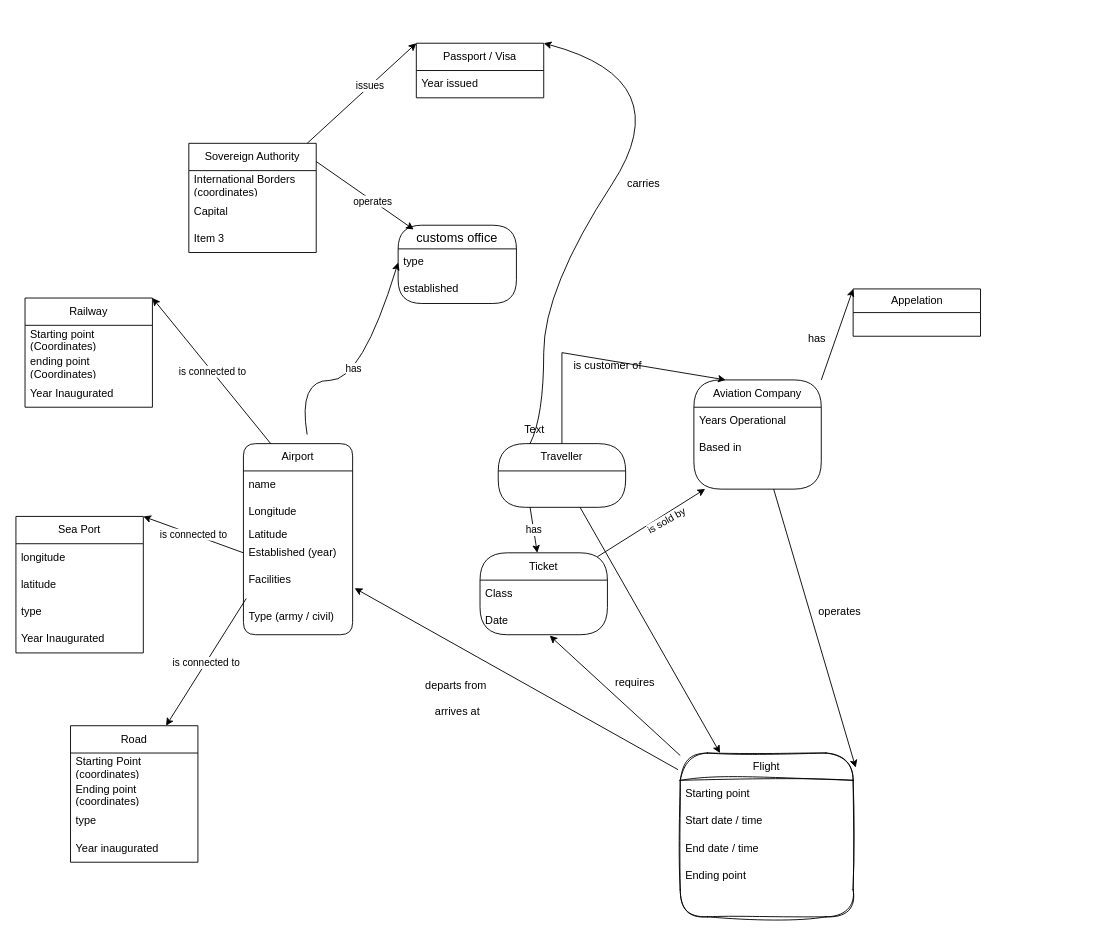
Above: page "Page-1" (1 of 2) of Base de données - model relationnel.drawio in Davidmoha/Air-and-Sea-borders (draw.io), before the change. Source tidied: cells renumbered, new cells numbered last; positions are measured from the earlier drawing's top-left corner, leaving out a move shared by most shapes. Both pictures are drawn from the tidied source at 91%, with x=0, y=0 at pixel (15, 43).
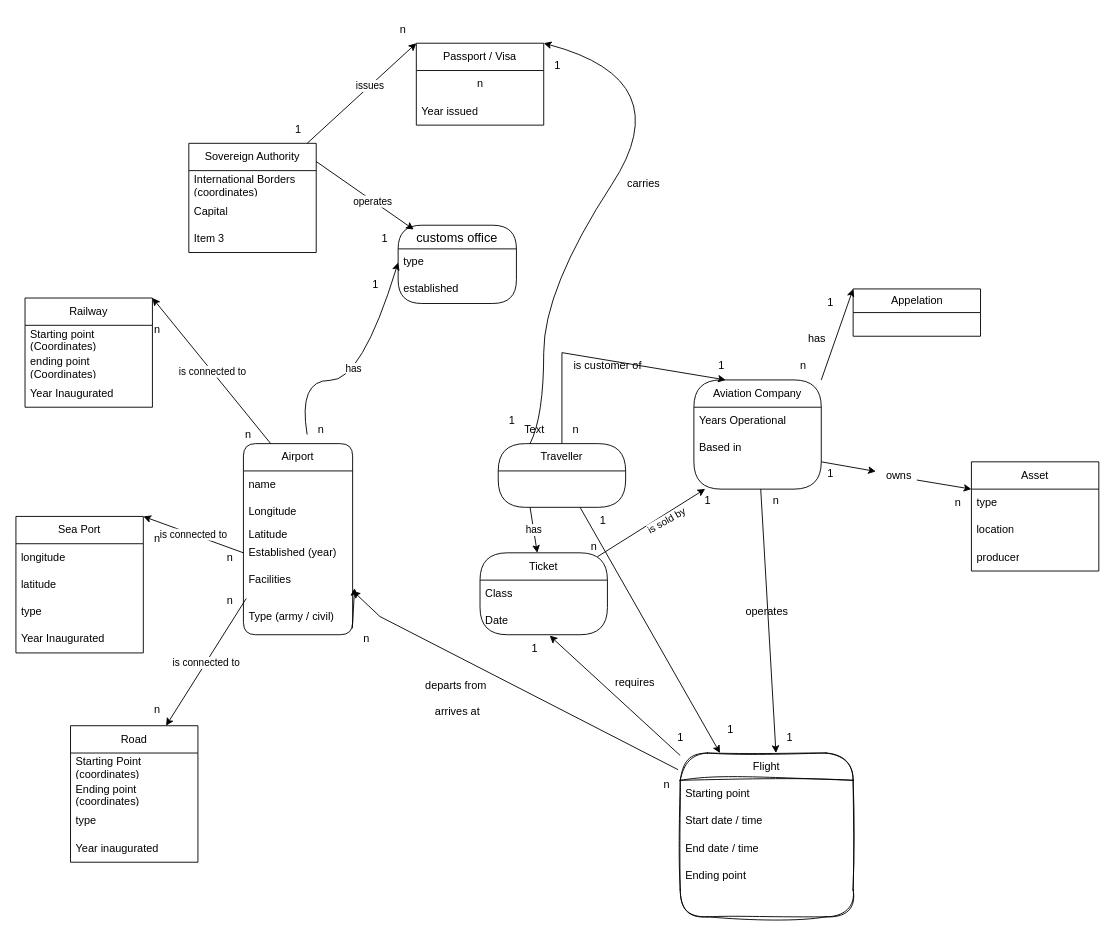
The same diagram, later.

Unchanged cells that the change refers to:
```xml
<mxCell id="4" value="Airport" style="swimlane;fontStyle=0;horizontal=1;startSize=30;whiteSpace=wrap;html=1;rounded=1;" parent="1" vertex="1">
  <mxGeometry x="250" y="440" width="120" height="210" as="geometry" />
</mxCell>
<mxCell id="14" value="Aviation Company" style="swimlane;fontStyle=0;horizontal=1;startSize=30;whiteSpace=wrap;html=1;rounded=1;arcSize=44;glass=0;" parent="1" vertex="1">
  <mxGeometry x="745" y="370" width="140" height="120" as="geometry" />
</mxCell>
<mxCell id="18" value="Flight" style="swimlane;fontStyle=0;horizontal=1;startSize=30;whiteSpace=wrap;html=1;rounded=1;arcSize=40;sketch=1;curveFitting=1;jiggle=2;" parent="1" vertex="1">
  <mxGeometry x="730" y="780" width="190" height="180" as="geometry" />
</mxCell>
```

Diff of the diagram source:
```diff
@@
-    <mxCell id="25" style="endArrow=classic;html=1;rounded=0;entryX=1.015;entryY=0.089;entryDx=0;entryDy=0;entryPerimeter=0;" parent="1" edge="1" source="14" target="18">
-      <mxGeometry relative="1" as="geometry" />
+    <mxCell id="25" style="endArrow=classic;html=1;rounded=0;entryX=1.015;entryY=0.089;entryDx=0;entryDy=0;entryPerimeter=0;" parent="1" edge="1" source="14">
+      <mxGeometry relative="1" as="geometry">
+        <mxPoint x="835.2" y="780" as="targetPoint" />
+      </mxGeometry>
     </mxCell>
-    <mxCell id="26" style="endArrow=classic;html=1;rounded=0;exitX=-0.012;exitY=0.102;exitDx=0;exitDy=0;exitPerimeter=0;" parent="1" edge="1" source="18">
+    <mxCell id="26" style="endArrow=classic;html=1;rounded=0;exitX=-0.012;exitY=0.102;exitDx=0;exitDy=0;exitPerimeter=0;" parent="1" edge="1" source="113">
       <mxGeometry relative="1" as="geometry">
         <mxPoint x="372.2" y="598.8" as="targetPoint" />
       </mxGeometry>
     </mxCell>
@@
     <mxCell id="65" value="Passport / Visa" style="swimlane;fontStyle=0;horizontal=1;startSize=30;whiteSpace=wrap;html=1;" parent="1" vertex="1">
-      <mxGeometry x="440" width="140" height="60" as="geometry" />
+      <mxGeometry x="440" width="140" height="90" as="geometry" />
     </mxCell>
+    <mxCell id="79" value="n" style="text;html=1;align=center;verticalAlign=middle;strokeColor=none;fillColor=none;" parent="65" vertex="1">
+      <mxGeometry y="30" width="140" height="30" as="geometry" />
+    </mxCell>
     <mxCell id="66" value="Year issued" style="text;strokeColor=none;fillColor=none;align=left;verticalAlign=middle;spacingLeft=4;spacingRight=4;overflow=hidden;whiteSpace=wrap;html=1;" parent="65" vertex="1">
-      <mxGeometry y="30" width="140" height="30" as="geometry" />
+      <mxGeometry y="60" width="140" height="30" as="geometry" />
     </mxCell>
@@
     <mxCell id="73" value="operates" style="text;html=1;align=center;verticalAlign=middle;strokeColor=none;fillColor=none;" parent="1" vertex="1">
-      <mxGeometry x="870" y="610" width="70" height="30" as="geometry" />
+      <mxGeometry x="790" y="610" width="70" height="30" as="geometry" />
     </mxCell>
@@
+    <mxCell id="80" style="endArrow=classic;html=1;rounded=0;exitX=1;exitY=0;exitDx=0;exitDy=0;" parent="1" edge="1">
+      <mxGeometry relative="1" as="geometry">
+        <mxPoint x="990" y="480" as="sourcePoint" />
+        <mxPoint x="1050" y="490" as="targetPoint" />
+      </mxGeometry>
+    </mxCell>
+    <mxCell id="81" style="endArrow=classic;html=1;rounded=0;exitX=1;exitY=0;exitDx=0;exitDy=0;" parent="1" edge="1" target="82">
+      <mxGeometry relative="1" as="geometry">
+        <mxPoint x="885" y="460" as="sourcePoint" />
+      </mxGeometry>
+    </mxCell>
+    <mxCell id="82" value="owns" style="text;html=1;align=center;verticalAlign=middle;points=[];strokeColor=none;fillColor=none;" parent="1" vertex="1">
+      <mxGeometry x="945" y="460" width="50" height="30" as="geometry" />
+    </mxCell>
+    <mxCell id="83" value="Asset" style="swimlane;fontStyle=0;horizontal=1;startSize=30;whiteSpace=wrap;html=1;" parent="1" vertex="1">
+      <mxGeometry x="1050" y="460" width="140" height="120" as="geometry" />
+    </mxCell>
+    <mxCell id="84" value="type" style="text;strokeColor=none;fillColor=none;align=left;verticalAlign=middle;spacingLeft=4;spacingRight=4;overflow=hidden;whiteSpace=wrap;html=1;" parent="83" vertex="1">
+      <mxGeometry y="30" width="140" height="30" as="geometry" />
+    </mxCell>
+    <mxCell id="85" value="location" style="text;strokeColor=none;fillColor=none;align=left;verticalAlign=middle;spacingLeft=4;spacingRight=4;overflow=hidden;whiteSpace=wrap;html=1;" parent="83" vertex="1">
+      <mxGeometry y="60" width="140" height="30" as="geometry" />
+    </mxCell>
+    <mxCell id="86" value="producer" style="text;strokeColor=none;fillColor=none;align=left;verticalAlign=middle;spacingLeft=4;spacingRight=4;overflow=hidden;whiteSpace=wrap;html=1;" parent="83" vertex="1">
+      <mxGeometry y="90" width="140" height="30" as="geometry" />
+    </mxCell>
+    <mxCell id="87" value="1" style="text;html=1;align=center;verticalAlign=middle;strokeColor=none;fillColor=none;" parent="1" vertex="1">
+      <mxGeometry x="745" y="488" width="30" height="30" as="geometry" />
+    </mxCell>
+    <mxCell id="88" value="n" style="text;html=1;align=center;verticalAlign=middle;strokeColor=none;fillColor=none;" parent="1" vertex="1">
+      <mxGeometry x="620" y="538" width="30" height="30" as="geometry" />
+    </mxCell>
+    <mxCell id="89" value="n" style="text;html=1;align=center;verticalAlign=middle;strokeColor=none;fillColor=none;" parent="1" vertex="1">
+      <mxGeometry x="600" y="410" width="30" height="30" as="geometry" />
+    </mxCell>
+    <mxCell id="90" value="n" style="text;html=1;align=center;verticalAlign=middle;strokeColor=none;fillColor=none;" parent="1" vertex="1">
+      <mxGeometry x="1020" y="490" width="30" height="30" as="geometry" />
+    </mxCell>
+    <mxCell id="91" value="n" style="text;html=1;align=center;verticalAlign=middle;strokeColor=none;fillColor=none;" parent="1" vertex="1">
+      <mxGeometry x="820" y="488" width="30" height="30" as="geometry" />
+    </mxCell>
+    <mxCell id="92" value="n" style="text;html=1;align=center;verticalAlign=middle;strokeColor=none;fillColor=none;" parent="1" vertex="1">
+      <mxGeometry x="220" y="598" width="30" height="30" as="geometry" />
+    </mxCell>
+    <mxCell id="93" value="n" style="text;html=1;align=center;verticalAlign=middle;strokeColor=none;fillColor=none;" parent="1" vertex="1">
+      <mxGeometry x="140" y="718" width="30" height="30" as="geometry" />
+    </mxCell>
+    <mxCell id="94" value="1" style="text;html=1;align=center;verticalAlign=middle;strokeColor=none;fillColor=none;" parent="1" vertex="1">
+      <mxGeometry x="835" y="748" width="30" height="30" as="geometry" />
+    </mxCell>
+    <mxCell id="95" value="1" style="text;html=1;align=center;verticalAlign=middle;strokeColor=none;fillColor=none;" parent="1" vertex="1">
+      <mxGeometry x="760" y="340" width="30" height="30" as="geometry" />
+    </mxCell>
+    <mxCell id="96" value="n" style="text;html=1;align=center;verticalAlign=middle;strokeColor=none;fillColor=none;" parent="1" vertex="1">
+      <mxGeometry x="320" y="410" width="30" height="30" as="geometry" />
+    </mxCell>
+    <mxCell id="97" value="1" style="text;html=1;align=center;verticalAlign=middle;strokeColor=none;fillColor=none;" parent="1" vertex="1">
+      <mxGeometry x="390" y="200" width="30" height="30" as="geometry" />
+    </mxCell>
+    <mxCell id="98" value="1" style="text;html=1;align=center;verticalAlign=middle;strokeColor=none;fillColor=none;" parent="1" vertex="1">
+      <mxGeometry x="380" y="250" width="30" height="30" as="geometry" />
+    </mxCell>
+    <mxCell id="99" value="n" style="text;html=1;align=center;verticalAlign=middle;strokeColor=none;fillColor=none;" parent="1" vertex="1">
+      <mxGeometry x="410" y="-30" width="30" height="30" as="geometry" />
+    </mxCell>
+    <mxCell id="100" value="1" style="text;html=1;align=center;verticalAlign=middle;strokeColor=none;fillColor=none;" parent="1" vertex="1">
+      <mxGeometry x="295" y="80" width="30" height="30" as="geometry" />
+    </mxCell>
+    <mxCell id="101" value="1" style="text;html=1;align=center;verticalAlign=middle;strokeColor=none;fillColor=none;" parent="1" vertex="1">
+      <mxGeometry x="580" y="10" width="30" height="30" as="geometry" />
+    </mxCell>
+    <mxCell id="102" value="1" style="text;html=1;align=center;verticalAlign=middle;strokeColor=none;fillColor=none;" parent="1" vertex="1">
+      <mxGeometry x="530" y="400" width="30" height="30" as="geometry" />
+    </mxCell>
+    <mxCell id="103" value="n" style="text;html=1;align=center;verticalAlign=middle;strokeColor=none;fillColor=none;" parent="1" vertex="1">
+      <mxGeometry x="850" y="340" width="30" height="30" as="geometry" />
+    </mxCell>
+    <mxCell id="104" value="n" style="text;html=1;align=center;verticalAlign=middle;strokeColor=none;fillColor=none;" parent="1" vertex="1">
+      <mxGeometry x="140" y="300" width="30" height="30" as="geometry" />
+    </mxCell>
+    <mxCell id="105" value="n" style="text;html=1;align=center;verticalAlign=middle;strokeColor=none;fillColor=none;" parent="1" vertex="1">
+      <mxGeometry x="240" y="415" width="30" height="30" as="geometry" />
+    </mxCell>
+    <mxCell id="106" value="n" style="text;html=1;align=center;verticalAlign=middle;strokeColor=none;fillColor=none;" parent="1" vertex="1">
+      <mxGeometry x="220" y="550" width="30" height="30" as="geometry" />
+    </mxCell>
+    <mxCell id="107" value="n" style="text;html=1;align=center;verticalAlign=middle;strokeColor=none;fillColor=none;" parent="1" vertex="1">
+      <mxGeometry x="140" y="530" width="30" height="30" as="geometry" />
+    </mxCell>
+    <mxCell id="108" value="1" style="text;html=1;align=center;verticalAlign=middle;strokeColor=none;fillColor=none;" parent="1" vertex="1">
+      <mxGeometry x="880" y="270" width="30" height="30" as="geometry" />
+    </mxCell>
+    <mxCell id="109" value="1" style="text;html=1;align=center;verticalAlign=middle;strokeColor=none;fillColor=none;" parent="1" vertex="1">
+      <mxGeometry x="880" y="458" width="30" height="30" as="geometry" />
+    </mxCell>
+    <mxCell id="110" value="n" style="text;html=1;align=center;verticalAlign=middle;strokeColor=none;fillColor=none;" parent="1" vertex="1">
+      <mxGeometry x="700" y="800" width="30" height="30" as="geometry" />
+    </mxCell>
+    <mxCell id="111" style="endArrow=classic;html=1;rounded=0;exitX=-0.012;exitY=0.102;exitDx=0;exitDy=0;exitPerimeter=0;" parent="1" edge="1" source="113" target="4">
+      <mxGeometry relative="1" as="geometry" />
+    </mxCell>
+    <mxCell id="112" style="endArrow=classic;html=1;rounded=0;exitX=-0.012;exitY=0.102;exitDx=0;exitDy=0;exitPerimeter=0;" parent="1" edge="1" source="18" target="4">
+      <mxGeometry relative="1" as="geometry">
+        <Array as="points">
+          <mxPoint x="400" y="630" />
+        </Array>
+      </mxGeometry>
+    </mxCell>
+    <mxCell id="113" value="n" style="text;html=1;align=center;verticalAlign=middle;points=[];strokeColor=none;fillColor=none;" parent="1" vertex="1">
+      <mxGeometry x="370" y="640" width="30" height="30" as="geometry" />
+    </mxCell>
+    <mxCell id="114" value="1" style="text;html=1;align=center;verticalAlign=middle;strokeColor=none;fillColor=none;" parent="1" vertex="1">
+      <mxGeometry x="555" y="650" width="30" height="30" as="geometry" />
+    </mxCell>
+    <mxCell id="115" value="1" style="text;html=1;align=center;verticalAlign=middle;strokeColor=none;fillColor=none;" parent="1" vertex="1">
+      <mxGeometry x="715" y="748" width="30" height="30" as="geometry" />
+    </mxCell>
+    <mxCell id="116" value="1" style="text;html=1;align=center;verticalAlign=middle;strokeColor=none;fillColor=none;" parent="1" vertex="1">
+      <mxGeometry x="630" y="510" width="30" height="30" as="geometry" />
+    </mxCell>
+    <mxCell id="117" value="1" style="text;html=1;align=center;verticalAlign=middle;strokeColor=none;fillColor=none;" parent="1" vertex="1">
+      <mxGeometry x="770" y="740" width="30" height="30" as="geometry" />
+    </mxCell>
```
